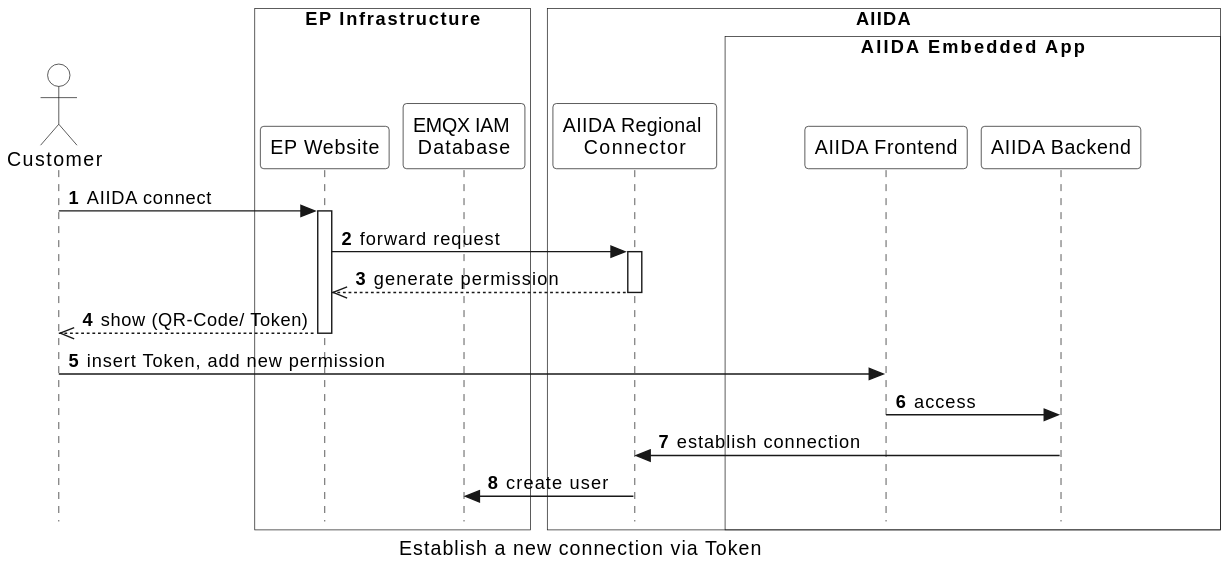
eddie-energy/architecture keeps this PlantUML diagram as arc42/aiida/runtime-view/figures/aiida_new_connection_token.svg. Above is the earlier version.
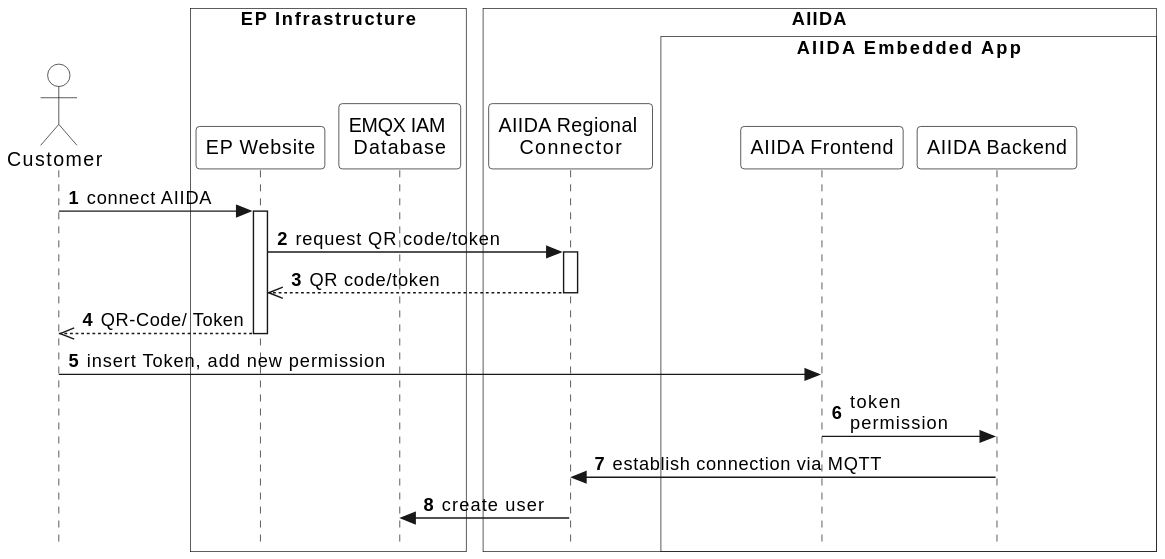
After the change.

Change to the diagram source:
```diff
@@ -1,5 +1,4 @@
 @startuml
-caption Establish a new connection via Token
 
 skinparam style strictuml
 skinparam sequence {
@@ -24,21 +23,21 @@
   end box
 
 
-user -> website : AIIDA connect
+user -> website : connect AIIDA
 activate website
-website -> connector : forward request
+website -> connector : request QR code/token
 activate connector
-connector -->> website : generate permission
+connector -->> website : QR code/token
 deactivate connector
-  website -->> user : show (QR-Code/ Token)
+  website -->> user : QR-Code/ Token
 deactivate website
 
 
   user -> frontend : insert Token, add new permission
 
-      frontend -> backend : access
+      frontend -> backend : token \npermission
 
-    backend  -> connector : establish connection
+    backend  -> connector : establish connection via MQTT
 
     connector -> database : create user
 @enduml
```
